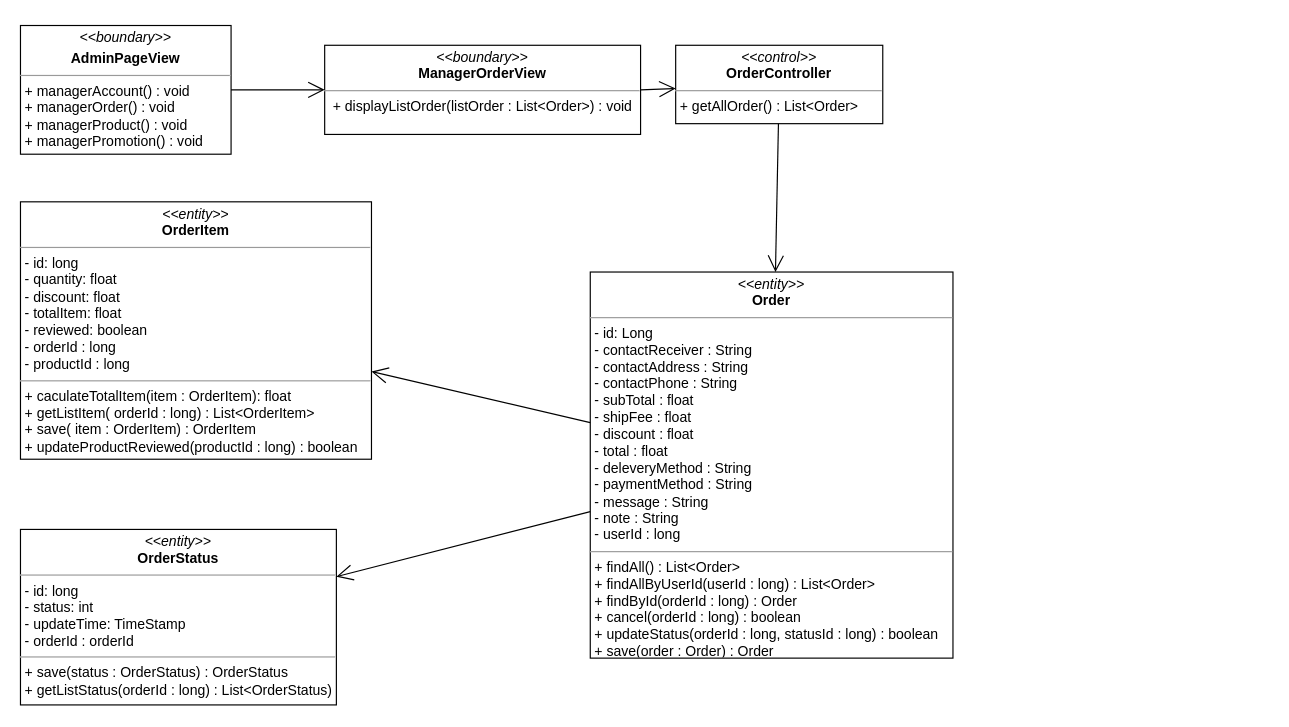
Before: class diagram/manager-order-class-diagram.drawio in nguyenphamvan/datn_20202, a draw.io diagram. Source tidied: cells renumbered, new cells numbered last; positions are measured from the earlier drawing's top-left corner, leaving out a move shared by most shapes. Both pictures are drawn from the tidied source at 117%, with x=0, y=0 at pixel (20, 25).
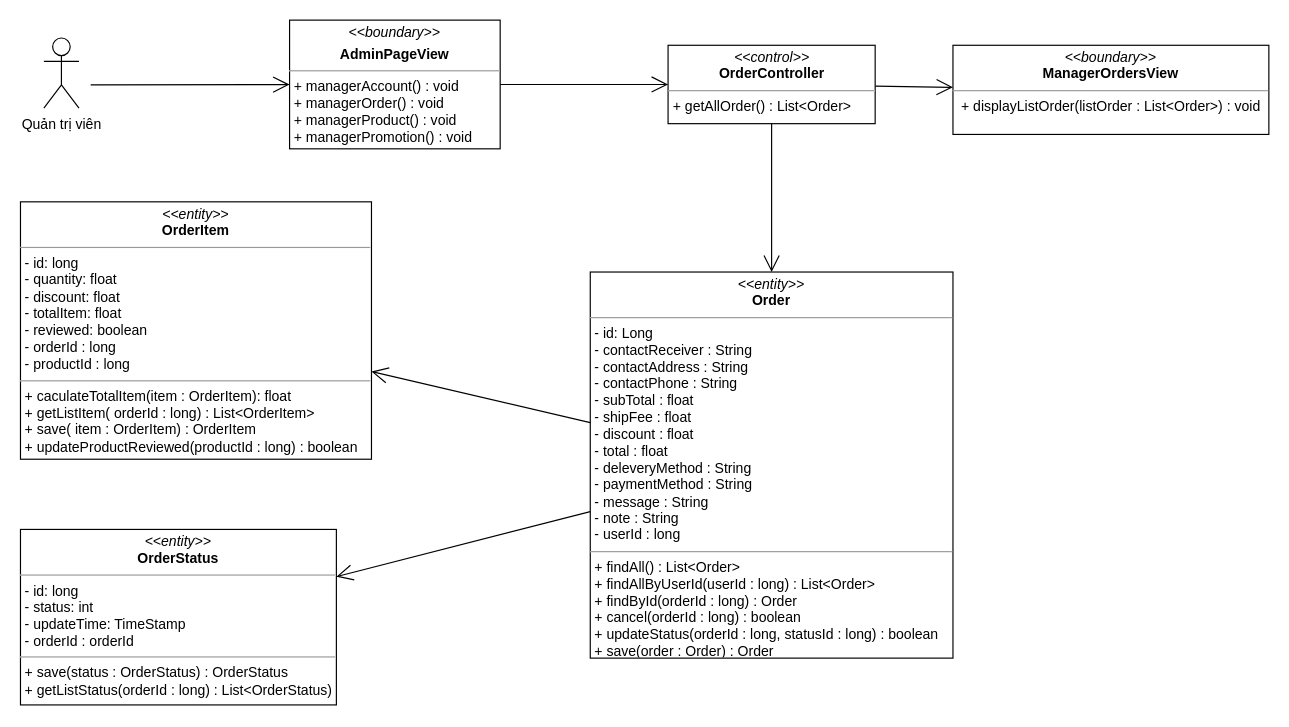
The same diagram, later.

The edit, as a diff of the source:
```diff
@@
 <mxGraphModel>
   <root>
     <mxCell id="0" />
     <mxCell id="1" parent="0" />
-    <mxCell id="2" value="&lt;p style=&quot;margin: 0px ; margin-top: 4px ; text-align: center&quot;&gt;&lt;i&gt;&amp;lt;&amp;lt;boundary&amp;gt;&amp;gt;&lt;/i&gt;&lt;br&gt;&lt;b&gt;ManagerOrderView&lt;/b&gt;&lt;/p&gt;&lt;hr size=&quot;1&quot;&gt;&lt;p style=&quot;margin: 0px ; margin-left: 4px&quot;&gt;&lt;span&gt;&amp;nbsp;&lt;/span&gt;&lt;span&gt;+ displayListOrder(listOrder : List&amp;lt;Order&amp;gt;) : void&lt;/span&gt;&lt;/p&gt;" style="verticalAlign=top;align=left;overflow=fill;fontSize=12;fontFamily=Helvetica;html=1;" parent="1" vertex="1">
-      <mxGeometry x="260" y="17.2" width="270" height="76.2" as="geometry" />
+    <mxCell id="2" value="&lt;p style=&quot;margin: 0px ; margin-top: 4px ; text-align: center&quot;&gt;&lt;i&gt;&amp;lt;&amp;lt;boundary&amp;gt;&amp;gt;&lt;/i&gt;&lt;br&gt;&lt;b&gt;ManagerOrdersView&lt;/b&gt;&lt;/p&gt;&lt;hr size=&quot;1&quot;&gt;&lt;p style=&quot;margin: 0px ; margin-left: 4px&quot;&gt;&lt;span&gt;&amp;nbsp;&lt;/span&gt;&lt;span&gt;+ displayListOrder(listOrder : List&amp;lt;Order&amp;gt;) : void&lt;/span&gt;&lt;/p&gt;" style="verticalAlign=top;align=left;overflow=fill;fontSize=12;fontFamily=Helvetica;html=1;" parent="1" vertex="1">
+      <mxGeometry x="797" y="17.2" width="270" height="76.2" as="geometry" />
     </mxCell>
-    <mxCell id="3" style="endArrow=open;endFill=1;endSize=12;html=1;exitX=1;exitY=0.5;exitDx=0;exitDy=0;" parent="1" edge="1" source="2" target="4">
+    <mxCell id="3" style="endArrow=open;endFill=1;endSize=12;html=1;" parent="1" edge="1" source="4" target="2">
       <mxGeometry relative="1" as="geometry" />
     </mxCell>
     <mxCell id="4" value="&lt;p style=&quot;margin: 0px ; margin-top: 4px ; text-align: center&quot;&gt;&lt;i&gt;&amp;lt;&amp;lt;control&amp;gt;&amp;gt;&lt;/i&gt;&lt;br&gt;&lt;b&gt;OrderController&lt;/b&gt;&lt;br&gt;&lt;/p&gt;&lt;hr size=&quot;1&quot;&gt;&lt;p style=&quot;margin: 0px ; margin-left: 4px&quot;&gt;&lt;span&gt;+ getAllOrder() : List&amp;lt;Order&amp;gt;&lt;/span&gt;&lt;br&gt;&lt;/p&gt;" style="verticalAlign=top;align=left;overflow=fill;fontSize=12;fontFamily=Helvetica;html=1;" parent="1" vertex="1">
-      <mxGeometry x="560" y="17.2" width="177" height="67" as="geometry" />
+      <mxGeometry x="553.5" y="17.2" width="177" height="67" as="geometry" />
     </mxCell>
     <mxCell id="5" style="endArrow=open;endFill=1;endSize=12;html=1;" parent="1" edge="1" source="4" target="8">
       <mxGeometry relative="1" as="geometry" />
     </mxCell>
     <mxCell id="6" value="&lt;p style=&quot;margin: 0px ; margin-top: 4px ; text-align: center&quot;&gt;&lt;i&gt;&amp;lt;&amp;lt;entity&amp;gt;&amp;gt;&lt;/i&gt;&lt;br&gt;&lt;b&gt;OrderItem&lt;/b&gt;&lt;/p&gt;&lt;hr size=&quot;1&quot;&gt;&lt;p style=&quot;margin: 0px ; margin-left: 4px&quot;&gt;- id: long&lt;/p&gt;&lt;p style=&quot;margin: 0px ; margin-left: 4px&quot;&gt;- quantity: float&lt;br&gt;- discount: float&lt;/p&gt;&lt;p style=&quot;margin: 0px ; margin-left: 4px&quot;&gt;- totalItem: float&lt;/p&gt;&lt;p style=&quot;margin: 0px ; margin-left: 4px&quot;&gt;- reviewed: boolean&lt;/p&gt;&lt;p style=&quot;margin: 0px ; margin-left: 4px&quot;&gt;- orderId : long&lt;/p&gt;&lt;p style=&quot;margin: 0px ; margin-left: 4px&quot;&gt;- productId : long&lt;/p&gt;&lt;hr size=&quot;1&quot;&gt;&lt;p style=&quot;margin: 0px 0px 0px 4px&quot;&gt;+ caculateTotalItem(item : OrderItem): float&lt;br&gt;&lt;/p&gt;&lt;p style=&quot;margin: 0px 0px 0px 4px&quot;&gt;+ getListItem( orderId : long) : List&amp;lt;OrderItem&amp;gt;&lt;br&gt;&lt;/p&gt;&lt;p style=&quot;margin: 0px 0px 0px 4px&quot;&gt;+ save( item : OrderItem) : OrderItem&lt;/p&gt;&lt;p style=&quot;margin: 0px 0px 0px 4px&quot;&gt;+ updateProductReviewed(productId : long) : boolean&lt;/p&gt;" style="verticalAlign=top;align=left;overflow=fill;fontSize=12;fontFamily=Helvetica;html=1;" parent="1" vertex="1">
       <mxGeometry y="151" width="300" height="220" as="geometry" />
     </mxCell>
     <mxCell id="7" value="&lt;p style=&quot;margin: 0px ; margin-top: 4px ; text-align: center&quot;&gt;&lt;i&gt;&amp;lt;&amp;lt;entity&amp;gt;&amp;gt;&lt;/i&gt;&lt;br&gt;&lt;b&gt;OrderStatus&lt;/b&gt;&lt;/p&gt;&lt;hr size=&quot;1&quot;&gt;&lt;p style=&quot;margin: 0px ; margin-left: 4px&quot;&gt;- id: long&lt;/p&gt;&lt;p style=&quot;margin: 0px ; margin-left: 4px&quot;&gt;- status: int&lt;br&gt;- updateTime: TimeStamp&lt;/p&gt;&lt;p style=&quot;margin: 0px ; margin-left: 4px&quot;&gt;- orderId : orderId&lt;/p&gt;&lt;hr size=&quot;1&quot;&gt;&lt;p style=&quot;margin: 0px ; margin-left: 4px&quot;&gt;+ save(status : OrderStatus) : OrderStatus&lt;/p&gt;&lt;p style=&quot;margin: 0px ; margin-left: 4px&quot;&gt;+ getListStatus(orderId : long) : List&amp;lt;OrderStatus)&lt;/p&gt;" style="verticalAlign=top;align=left;overflow=fill;fontSize=12;fontFamily=Helvetica;html=1;" parent="1" vertex="1">
       <mxGeometry y="431" width="270" height="150" as="geometry" />
     </mxCell>
     <mxCell id="8" value="&lt;p style=&quot;margin: 0px ; margin-top: 4px ; text-align: center&quot;&gt;&lt;i&gt;&amp;lt;&amp;lt;entity&amp;gt;&amp;gt;&lt;/i&gt;&lt;br&gt;&lt;b&gt;Order&lt;/b&gt;&lt;/p&gt;&lt;hr size=&quot;1&quot;&gt;&lt;p style=&quot;margin: 0px ; margin-left: 4px&quot;&gt;- id: Long&lt;/p&gt;&lt;p style=&quot;margin: 0px ; margin-left: 4px&quot;&gt;- contactReceiver : String&lt;/p&gt;&lt;p style=&quot;margin: 0px ; margin-left: 4px&quot;&gt;- contactAddress : String&lt;/p&gt;&lt;p style=&quot;margin: 0px ; margin-left: 4px&quot;&gt;- contactPhone : String&lt;/p&gt;&lt;p style=&quot;margin: 0px 0px 0px 4px&quot;&gt;- subTotal : float&lt;/p&gt;&lt;p style=&quot;margin: 0px 0px 0px 4px&quot;&gt;- shipFee : float&lt;/p&gt;&lt;p style=&quot;margin: 0px 0px 0px 4px&quot;&gt;- discount : float&lt;/p&gt;&lt;p style=&quot;margin: 0px 0px 0px 4px&quot;&gt;- total : float&lt;/p&gt;&lt;p style=&quot;margin: 0px 0px 0px 4px&quot;&gt;- deleveryMethod : String&lt;/p&gt;&lt;p style=&quot;margin: 0px 0px 0px 4px&quot;&gt;- paymentMethod : String&lt;/p&gt;&lt;p style=&quot;margin: 0px 0px 0px 4px&quot;&gt;- message : String&lt;/p&gt;&lt;p style=&quot;margin: 0px 0px 0px 4px&quot;&gt;- note : String&lt;/p&gt;&lt;p style=&quot;margin: 0px 0px 0px 4px&quot;&gt;- userId : long&lt;/p&gt;&lt;hr size=&quot;1&quot;&gt;&lt;p style=&quot;margin: 0px 0px 0px 4px&quot;&gt;+ findAll() : List&amp;lt;Order&amp;gt;&lt;/p&gt;&lt;p style=&quot;margin: 0px 0px 0px 4px&quot;&gt;+ findAllByUserId(userId : long) : List&amp;lt;Order&amp;gt;&lt;/p&gt;&lt;p style=&quot;margin: 0px 0px 0px 4px&quot;&gt;+ findById(orderId : long) : Order&lt;br&gt;&lt;/p&gt;&lt;p style=&quot;margin: 0px 0px 0px 4px&quot;&gt;+ cancel(orderId : long) : boolean&lt;br&gt;&lt;/p&gt;&lt;p style=&quot;margin: 0px 0px 0px 4px&quot;&gt;+ updateStatus(orderId : long, statusId : long) : boolean&lt;/p&gt;&lt;p style=&quot;margin: 0px 0px 0px 4px&quot;&gt;+ save(order : Order) : Order&lt;/p&gt;" style="verticalAlign=top;align=left;overflow=fill;fontSize=12;fontFamily=Helvetica;html=1;" parent="1" vertex="1">
       <mxGeometry x="487" y="211" width="310" height="330" as="geometry" />
     </mxCell>
     <mxCell id="9" value="&lt;p style=&quot;margin: 0px ; margin-top: 4px ; text-align: center&quot;&gt;&lt;i&gt;&amp;lt;&amp;lt;boundary&amp;gt;&amp;gt;&lt;/i&gt;&lt;/p&gt;&lt;p style=&quot;margin: 0px ; margin-top: 4px ; text-align: center&quot;&gt;&lt;b&gt;AdminPageView&lt;/b&gt;&lt;/p&gt;&lt;hr size=&quot;1&quot;&gt;&lt;p style=&quot;margin: 0px ; margin-left: 4px&quot;&gt;&lt;span&gt;+ managerAccount() : void&lt;/span&gt;&lt;br&gt;&lt;/p&gt;&lt;p style=&quot;margin: 0px ; margin-left: 4px&quot;&gt;&lt;span&gt;+ managerOrder() : void&lt;/span&gt;&lt;/p&gt;&lt;p style=&quot;margin: 0px ; margin-left: 4px&quot;&gt;&lt;span&gt;+ managerProduct() : void&lt;/span&gt;&lt;/p&gt;&lt;p style=&quot;margin: 0px ; margin-left: 4px&quot;&gt;&lt;span&gt;+ managerPromotion() : void&lt;/span&gt;&lt;/p&gt;" style="verticalAlign=top;align=left;overflow=fill;fontSize=12;fontFamily=Helvetica;html=1;" parent="1" vertex="1">
-      <mxGeometry y="0.3" width="180" height="110" as="geometry" />
+      <mxGeometry x="230" y="-4.3" width="180" height="110" as="geometry" />
     </mxCell>
-    <mxCell id="10" style="endArrow=open;endFill=1;endSize=12;html=1;" parent="1" edge="1" source="9" target="2">
+    <mxCell id="10" style="endArrow=open;endFill=1;endSize=12;html=1;entryX=0;entryY=0.5;entryDx=0;entryDy=0;" parent="1" edge="1" source="9" target="4">
       <mxGeometry relative="1" as="geometry" />
     </mxCell>
     <mxCell id="11" style="endArrow=open;endFill=1;endSize=12;html=1;" parent="1" edge="1" source="8" target="6">
       <mxGeometry relative="1" as="geometry" />
     </mxCell>
     <mxCell id="12" style="endArrow=open;endFill=1;endSize=12;html=1;" parent="1" edge="1" source="8" target="7">
       <mxGeometry relative="1" as="geometry" />
     </mxCell>
+    <mxCell id="13" value="Quản trị viên" style="shape=umlActor;verticalLabelPosition=bottom;verticalAlign=top;html=1;" parent="1" vertex="1">
+      <mxGeometry x="20" y="11" width="30" height="60" as="geometry" />
+    </mxCell>
+    <mxCell id="14" style="endArrow=open;endFill=1;endSize=12;html=1;" parent="1" edge="1" target="9">
+      <mxGeometry relative="1" as="geometry">
+        <mxPoint x="60" y="51" as="sourcePoint" />
+      </mxGeometry>
+    </mxCell>
   </root>
 </mxGraphModel>
```
